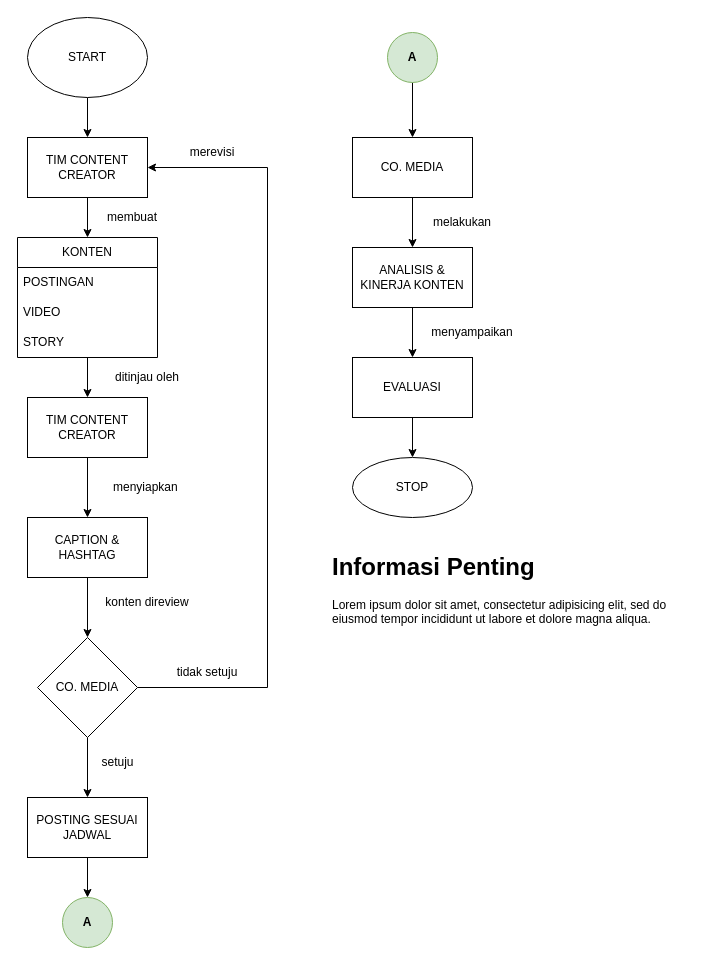
Zidqi12/ZidqiDrawio keeps this draw.io diagram as mediaHigatra(3).drawio. Above is the earlier version. Source tidied: cells renumbered, new cells numbered last; positions are measured from the earlier drawing's top-left corner, leaving out a move shared by most shapes. Both pictures are drawn from the tidied source at 100%, with x=0, y=0 at pixel (17, 17).
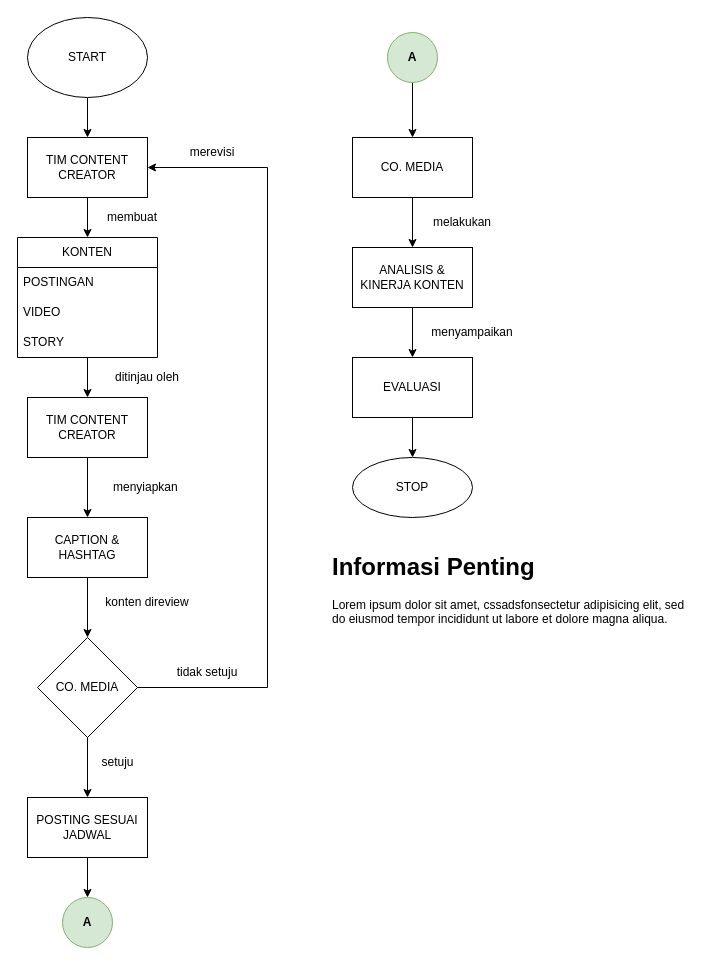
The same diagram, later.

Diff of the diagram source:
```diff
@@
-    <mxCell id="38" value="&lt;h1&gt;Informasi Penting&lt;br&gt;&lt;/h1&gt;&lt;p&gt;Lorem ipsum dolor sit amet, consectetur adipisicing elit, sed do eiusmod tempor incididunt ut labore et dolore magna aliqua.&lt;/p&gt;" style="text;html=1;strokeColor=none;fillColor=none;spacing=5;spacingTop=-20;whiteSpace=wrap;overflow=hidden;rounded=0;" parent="1" vertex="1">
+    <mxCell id="38" value="&lt;h1&gt;Informasi Penting&lt;br&gt;&lt;/h1&gt;&lt;p&gt;Lorem ipsum dolor sit amet, cssadsfonsectetur adipisicing elit, sed do eiusmod tempor incididunt ut labore et dolore magna aliqua.&lt;/p&gt;" style="text;html=1;strokeColor=none;fillColor=none;spacing=5;spacingTop=-20;whiteSpace=wrap;overflow=hidden;rounded=0;" parent="1" vertex="1">
       <mxGeometry x="310" y="530" width="370" height="160" as="geometry" />
     </mxCell>
```
